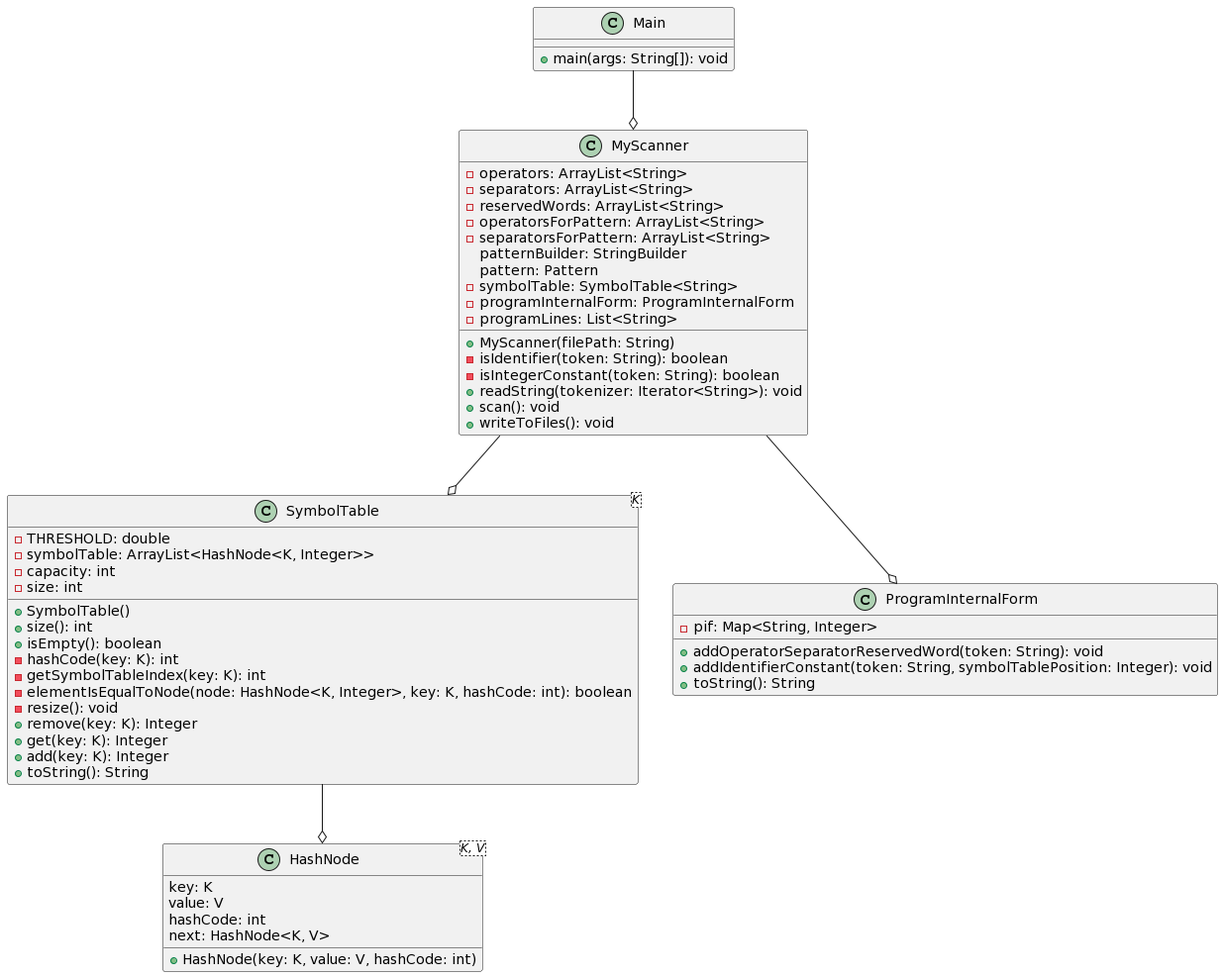
Above: lab3/classDiagram.png in 917tapoimarius/LFTC (PlantUML), before the change.
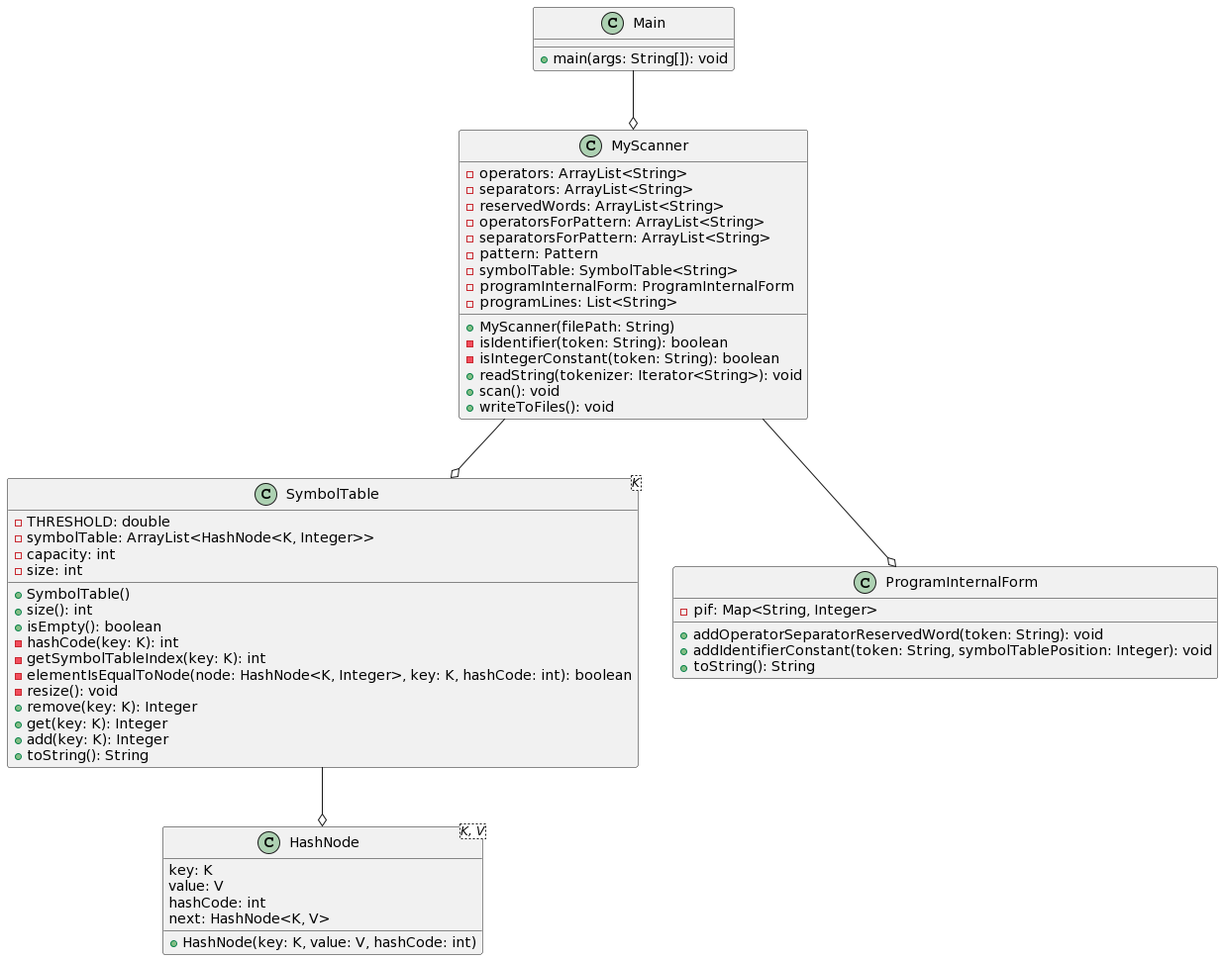
Above is the later version.

Diff of the diagram source:
```diff
@@ -42,8 +42,7 @@
   -reservedWords: ArrayList<String>
   -operatorsForPattern: ArrayList<String>
   -separatorsForPattern: ArrayList<String>
-  patternBuilder: StringBuilder
-  pattern: Pattern
+  -pattern: Pattern
   -symbolTable: SymbolTable<String>
   -programInternalForm: ProgramInternalForm
   -programLines: List<String>
```
